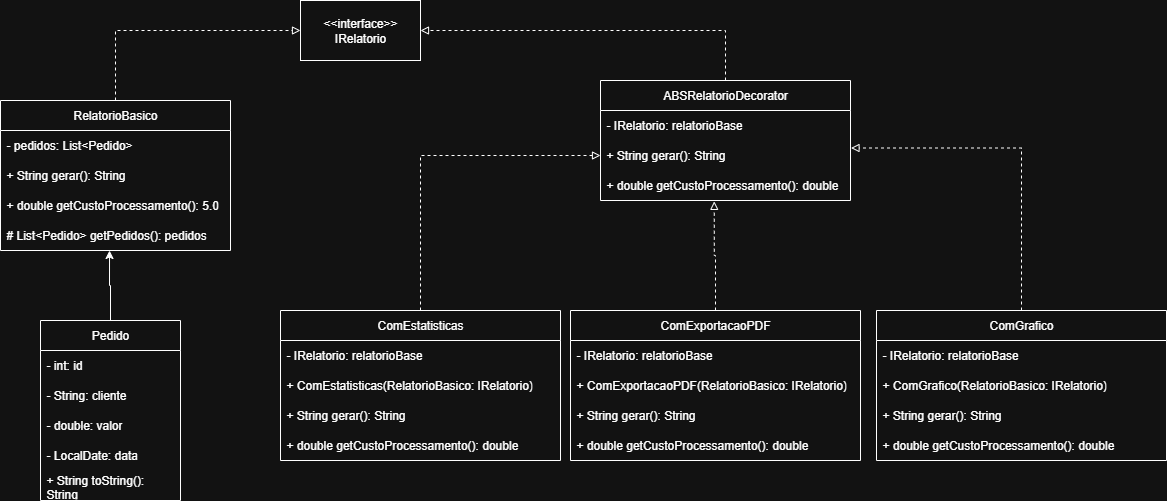
JoaoPauloClass/AtividadeAvaliativaPadroesDeProjeto keeps this draw.io diagram as Questao 4/img/Decorator Questao 4.png. Above is the earlier version. Source tidied: cells renumbered, new cells last; positions are measured from the earlier drawing's top-left corner, leaving out a move shared by most shapes.
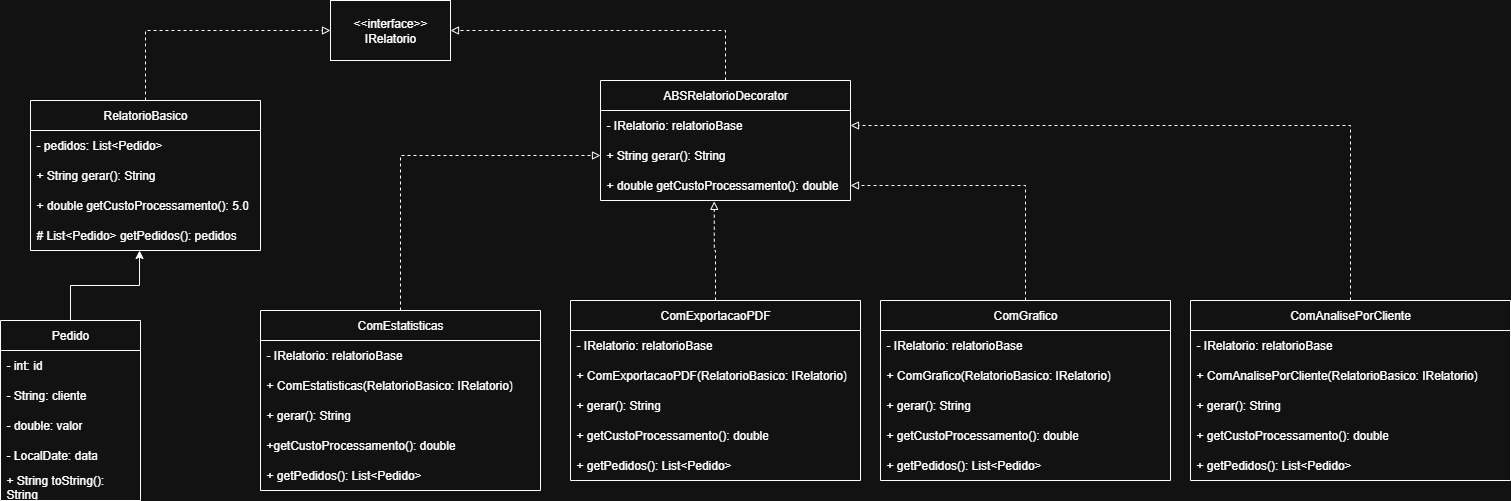
After the change.

What changed in the source:
```diff
@@ -27,7 +27,7 @@
       <mxGeometry relative="1" as="geometry" />
     </mxCell>
     <mxCell id="10" value="ABSRelatorioDecorator" style="swimlane;fontStyle=0;horizontal=1;startSize=30;whiteSpace=wrap;html=1;" parent="1" vertex="1">
-      <mxGeometry x="600" y="80" width="250" height="120" as="geometry" />
+      <mxGeometry x="570" y="80" width="250" height="120" as="geometry" />
     </mxCell>
     <mxCell id="11" value="- IRelatorio: relatorioBase" style="text;strokeColor=none;fillColor=none;align=left;verticalAlign=middle;spacingLeft=4;spacingRight=4;overflow=hidden;points=[[0,0.5],[1,0.5]];portConstraint=eastwest;whiteSpace=wrap;html=1;" parent="10" vertex="1">
       <mxGeometry y="30" width="250" height="30" as="geometry" />
@@ -39,7 +39,7 @@
       <mxGeometry y="90" width="250" height="30" as="geometry" />
     </mxCell>
     <mxCell id="14" value="Pedido" style="swimlane;fontStyle=0;horizontal=1;startSize=30;whiteSpace=wrap;html=1;" parent="1" vertex="1">
-      <mxGeometry x="40" y="320" width="140" height="180" as="geometry" />
+      <mxGeometry x="-30" y="320" width="140" height="180" as="geometry" />
     </mxCell>
     <mxCell id="15" value="- int: id" style="text;strokeColor=none;fillColor=none;align=left;verticalAlign=middle;spacingLeft=4;spacingRight=4;overflow=hidden;whiteSpace=wrap;html=1;" parent="14" vertex="1">
       <mxGeometry y="30" width="140" height="30" as="geometry" />
@@ -63,7 +63,7 @@
       <mxGeometry relative="1" as="geometry" />
     </mxCell>
     <mxCell id="22" value="ComEstatisticas" style="swimlane;fontStyle=0;horizontal=1;startSize=30;whiteSpace=wrap;html=1;" parent="1" vertex="1">
-      <mxGeometry x="280" y="310" width="280" height="150" as="geometry" />
+      <mxGeometry x="230" y="310" width="280" height="180" as="geometry" />
     </mxCell>
     <mxCell id="23" value="- IRelatorio: relatorioBase" style="text;strokeColor=none;fillColor=none;align=left;verticalAlign=middle;spacingLeft=4;spacingRight=4;overflow=hidden;whiteSpace=wrap;html=1;" parent="22" vertex="1">
       <mxGeometry y="30" width="280" height="30" as="geometry" />
@@ -71,14 +71,17 @@
     <mxCell id="24" value="+ ComEstatisticas(RelatorioBasico: IRelatorio)" style="text;strokeColor=none;fillColor=none;align=left;verticalAlign=middle;spacingLeft=4;spacingRight=4;overflow=hidden;whiteSpace=wrap;html=1;" parent="22" vertex="1">
       <mxGeometry y="60" width="280" height="30" as="geometry" />
     </mxCell>
-    <mxCell id="25" value="+ String gerar(): String" style="text;strokeColor=none;fillColor=none;align=left;verticalAlign=middle;spacingLeft=4;spacingRight=4;overflow=hidden;whiteSpace=wrap;html=1;" parent="22" vertex="1">
+    <mxCell id="25" value="+ gerar(): String" style="text;strokeColor=none;fillColor=none;align=left;verticalAlign=middle;spacingLeft=4;spacingRight=4;overflow=hidden;whiteSpace=wrap;html=1;" parent="22" vertex="1">
       <mxGeometry y="90" width="280" height="30" as="geometry" />
     </mxCell>
-    <mxCell id="26" value="+ double getCustoProcessamento(): double" style="text;strokeColor=none;fillColor=none;align=left;verticalAlign=middle;spacingLeft=4;spacingRight=4;overflow=hidden;whiteSpace=wrap;html=1;" parent="22" vertex="1">
+    <mxCell id="26" value="+getCustoProcessamento(): double" style="text;strokeColor=none;fillColor=none;align=left;verticalAlign=middle;spacingLeft=4;spacingRight=4;overflow=hidden;whiteSpace=wrap;html=1;" parent="22" vertex="1">
       <mxGeometry y="120" width="280" height="30" as="geometry" />
     </mxCell>
+    <mxCell id="39" value="+ getPedidos(): List&amp;lt;Pedido&amp;gt;" style="text;strokeColor=none;fillColor=none;align=left;verticalAlign=middle;spacingLeft=4;spacingRight=4;overflow=hidden;whiteSpace=wrap;html=1;" parent="22" vertex="1">
+      <mxGeometry y="150" width="280" height="30" as="geometry" />
+    </mxCell>
     <mxCell id="27" value="ComExportacaoPDF" style="swimlane;fontStyle=0;horizontal=1;startSize=30;whiteSpace=wrap;html=1;" parent="1" vertex="1">
-      <mxGeometry x="570" y="310" width="290" height="150" as="geometry" />
+      <mxGeometry x="540" y="300" width="290" height="180" as="geometry" />
     </mxCell>
     <mxCell id="28" value="- IRelatorio: relatorioBase" style="text;strokeColor=none;fillColor=none;align=left;verticalAlign=middle;spacingLeft=4;spacingRight=4;overflow=hidden;whiteSpace=wrap;html=1;" parent="27" vertex="1">
       <mxGeometry y="30" width="290" height="30" as="geometry" />
@@ -86,14 +89,17 @@
     <mxCell id="29" value="+&amp;nbsp;&lt;span style=&quot;text-align: center;&quot;&gt;ComExportacaoPDF&lt;/span&gt;(RelatorioBasico: IRelatorio)" style="text;strokeColor=none;fillColor=none;align=left;verticalAlign=middle;spacingLeft=4;spacingRight=4;overflow=hidden;whiteSpace=wrap;html=1;" parent="27" vertex="1">
       <mxGeometry y="60" width="290" height="30" as="geometry" />
     </mxCell>
-    <mxCell id="30" value="+ String gerar(): String" style="text;strokeColor=none;fillColor=none;align=left;verticalAlign=middle;spacingLeft=4;spacingRight=4;overflow=hidden;whiteSpace=wrap;html=1;" parent="27" vertex="1">
+    <mxCell id="30" value="+ gerar(): String" style="text;strokeColor=none;fillColor=none;align=left;verticalAlign=middle;spacingLeft=4;spacingRight=4;overflow=hidden;whiteSpace=wrap;html=1;" parent="27" vertex="1">
       <mxGeometry y="90" width="290" height="30" as="geometry" />
     </mxCell>
-    <mxCell id="31" value="+ double getCustoProcessamento(): double" style="text;strokeColor=none;fillColor=none;align=left;verticalAlign=middle;spacingLeft=4;spacingRight=4;overflow=hidden;whiteSpace=wrap;html=1;" parent="27" vertex="1">
+    <mxCell id="31" value="+ getCustoProcessamento(): double" style="text;strokeColor=none;fillColor=none;align=left;verticalAlign=middle;spacingLeft=4;spacingRight=4;overflow=hidden;whiteSpace=wrap;html=1;" parent="27" vertex="1">
       <mxGeometry y="120" width="290" height="30" as="geometry" />
     </mxCell>
+    <mxCell id="40" value="+ getPedidos(): List&amp;lt;Pedido&amp;gt;" style="text;strokeColor=none;fillColor=none;align=left;verticalAlign=middle;spacingLeft=4;spacingRight=4;overflow=hidden;whiteSpace=wrap;html=1;" parent="27" vertex="1">
+      <mxGeometry y="150" width="290" height="30" as="geometry" />
+    </mxCell>
     <mxCell id="32" value="ComGrafico" style="swimlane;fontStyle=0;horizontal=1;startSize=30;whiteSpace=wrap;html=1;" parent="1" vertex="1">
-      <mxGeometry x="876" y="310" width="290" height="150" as="geometry" />
+      <mxGeometry x="850" y="300" width="290" height="180" as="geometry" />
     </mxCell>
     <mxCell id="33" value="- IRelatorio: relatorioBase" style="text;strokeColor=none;fillColor=none;align=left;verticalAlign=middle;spacingLeft=4;spacingRight=4;overflow=hidden;whiteSpace=wrap;html=1;" parent="32" vertex="1">
       <mxGeometry y="30" width="290" height="30" as="geometry" />
@@ -101,17 +107,41 @@
     <mxCell id="34" value="+&amp;nbsp;&lt;span style=&quot;text-align: center;&quot;&gt;ComGrafico&lt;/span&gt;(RelatorioBasico: IRelatorio)" style="text;strokeColor=none;fillColor=none;align=left;verticalAlign=middle;spacingLeft=4;spacingRight=4;overflow=hidden;whiteSpace=wrap;html=1;" parent="32" vertex="1">
       <mxGeometry y="60" width="290" height="30" as="geometry" />
     </mxCell>
-    <mxCell id="35" value="+ String gerar(): String" style="text;strokeColor=none;fillColor=none;align=left;verticalAlign=middle;spacingLeft=4;spacingRight=4;overflow=hidden;whiteSpace=wrap;html=1;" parent="32" vertex="1">
+    <mxCell id="35" value="+ gerar(): String" style="text;strokeColor=none;fillColor=none;align=left;verticalAlign=middle;spacingLeft=4;spacingRight=4;overflow=hidden;whiteSpace=wrap;html=1;" parent="32" vertex="1">
       <mxGeometry y="90" width="290" height="30" as="geometry" />
     </mxCell>
-    <mxCell id="36" value="+ double getCustoProcessamento(): double" style="text;strokeColor=none;fillColor=none;align=left;verticalAlign=middle;spacingLeft=4;spacingRight=4;overflow=hidden;whiteSpace=wrap;html=1;" parent="32" vertex="1">
+    <mxCell id="36" value="+ getCustoProcessamento(): double" style="text;strokeColor=none;fillColor=none;align=left;verticalAlign=middle;spacingLeft=4;spacingRight=4;overflow=hidden;whiteSpace=wrap;html=1;" parent="32" vertex="1">
       <mxGeometry y="120" width="290" height="30" as="geometry" />
     </mxCell>
+    <mxCell id="41" value="+ getPedidos(): List&amp;lt;Pedido&amp;gt;" style="text;strokeColor=none;fillColor=none;align=left;verticalAlign=middle;spacingLeft=4;spacingRight=4;overflow=hidden;whiteSpace=wrap;html=1;" parent="32" vertex="1">
+      <mxGeometry y="150" width="290" height="30" as="geometry" />
+    </mxCell>
-    <mxCell id="37" style="edgeStyle=orthogonalEdgeStyle;rounded=0;jettySize=auto;html=1;exitX=0.5;exitY=0;exitDx=0;exitDy=0;entryX=1.002;entryY=0.25;entryDx=0;entryDy=0;entryPerimeter=0;dashed=1;endArrow=block;endFill=0;" parent="1" edge="1" source="32" target="12">
+    <mxCell id="37" style="edgeStyle=orthogonalEdgeStyle;rounded=0;jettySize=auto;html=1;exitX=0.5;exitY=0;exitDx=0;exitDy=0;entryX=1;entryY=0.5;entryDx=0;entryDy=0;dashed=1;endArrow=block;endFill=0;" parent="1" edge="1" source="32" target="13">
       <mxGeometry relative="1" as="geometry" />
     </mxCell>
     <mxCell id="38" style="edgeStyle=orthogonalEdgeStyle;rounded=0;jettySize=auto;html=1;exitX=0.5;exitY=0;exitDx=0;exitDy=0;entryX=0.455;entryY=1.029;entryDx=0;entryDy=0;entryPerimeter=0;dashed=1;endArrow=block;endFill=0;" parent="1" edge="1" source="27" target="13">
       <mxGeometry relative="1" as="geometry" />
     </mxCell>
+    <mxCell id="42" style="edgeStyle=orthogonalEdgeStyle;rounded=0;jettySize=auto;html=1;exitX=0.5;exitY=0;exitDx=0;exitDy=0;entryX=1;entryY=0.5;entryDx=0;entryDy=0;dashed=1;endArrow=block;endFill=0;" parent="1" edge="1" source="43" target="11">
+      <mxGeometry relative="1" as="geometry" />
+    </mxCell>
+    <mxCell id="43" value="ComAnalisePorCliente" style="swimlane;fontStyle=0;horizontal=1;startSize=30;whiteSpace=wrap;html=1;" parent="1" vertex="1">
+      <mxGeometry x="1160" y="300" width="320" height="180" as="geometry" />
+    </mxCell>
+    <mxCell id="44" value="- IRelatorio: relatorioBase" style="text;strokeColor=none;fillColor=none;align=left;verticalAlign=middle;spacingLeft=4;spacingRight=4;overflow=hidden;whiteSpace=wrap;html=1;" parent="43" vertex="1">
+      <mxGeometry y="30" width="320" height="30" as="geometry" />
+    </mxCell>
+    <mxCell id="45" value="+&amp;nbsp;&lt;span style=&quot;text-align: center;&quot;&gt;ComAnalisePorCliente&lt;/span&gt;(RelatorioBasico: IRelatorio)" style="text;strokeColor=none;fillColor=none;align=left;verticalAlign=middle;spacingLeft=4;spacingRight=4;overflow=hidden;whiteSpace=wrap;html=1;" parent="43" vertex="1">
+      <mxGeometry y="60" width="320" height="30" as="geometry" />
+    </mxCell>
+    <mxCell id="46" value="+ gerar(): String" style="text;strokeColor=none;fillColor=none;align=left;verticalAlign=middle;spacingLeft=4;spacingRight=4;overflow=hidden;whiteSpace=wrap;html=1;" parent="43" vertex="1">
+      <mxGeometry y="90" width="320" height="30" as="geometry" />
+    </mxCell>
+    <mxCell id="47" value="+ getCustoProcessamento(): double" style="text;strokeColor=none;fillColor=none;align=left;verticalAlign=middle;spacingLeft=4;spacingRight=4;overflow=hidden;whiteSpace=wrap;html=1;" parent="43" vertex="1">
+      <mxGeometry y="120" width="320" height="30" as="geometry" />
+    </mxCell>
+    <mxCell id="48" value="+ getPedidos(): List&amp;lt;Pedido&amp;gt;" style="text;strokeColor=none;fillColor=none;align=left;verticalAlign=middle;spacingLeft=4;spacingRight=4;overflow=hidden;whiteSpace=wrap;html=1;" parent="43" vertex="1">
+      <mxGeometry y="150" width="320" height="30" as="geometry" />
+    </mxCell>
   </root>
 </mxGraphModel>
```
